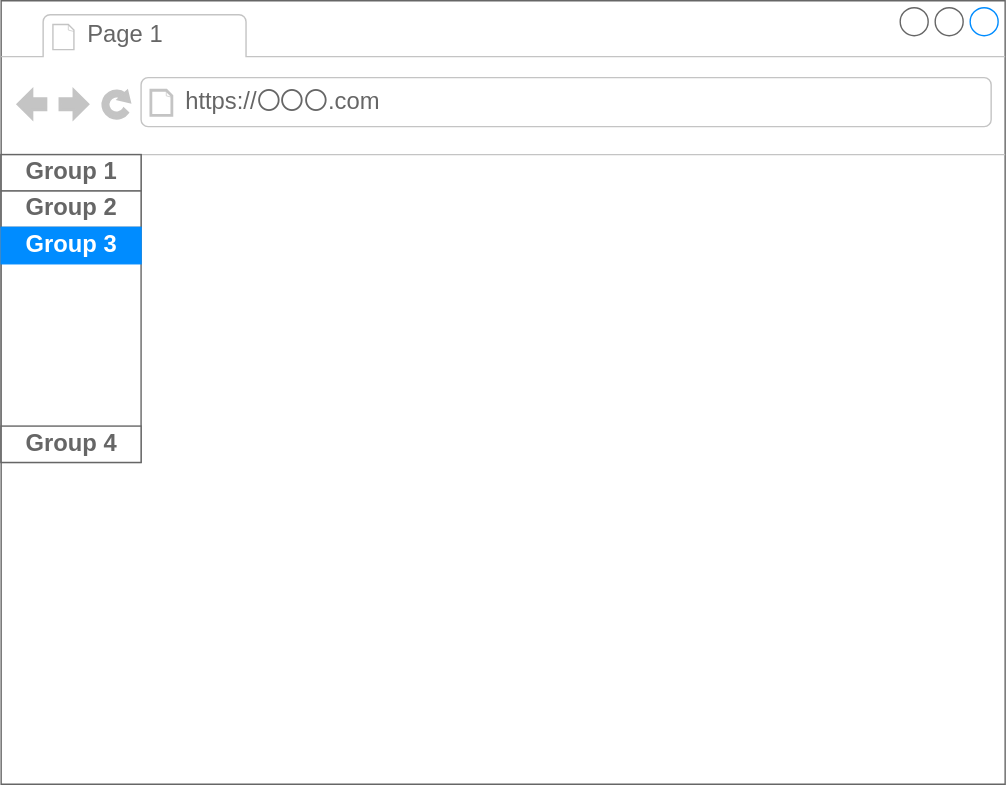
Above: docs/home/ui.drawio.svg in kazuya-wata-nabe/vue-dashboard (draw.io), before the change. Source tidied: cells renumbered, new cells last; positions are measured from the earlier drawing's top-left corner, leaving out a move shared by most shapes.
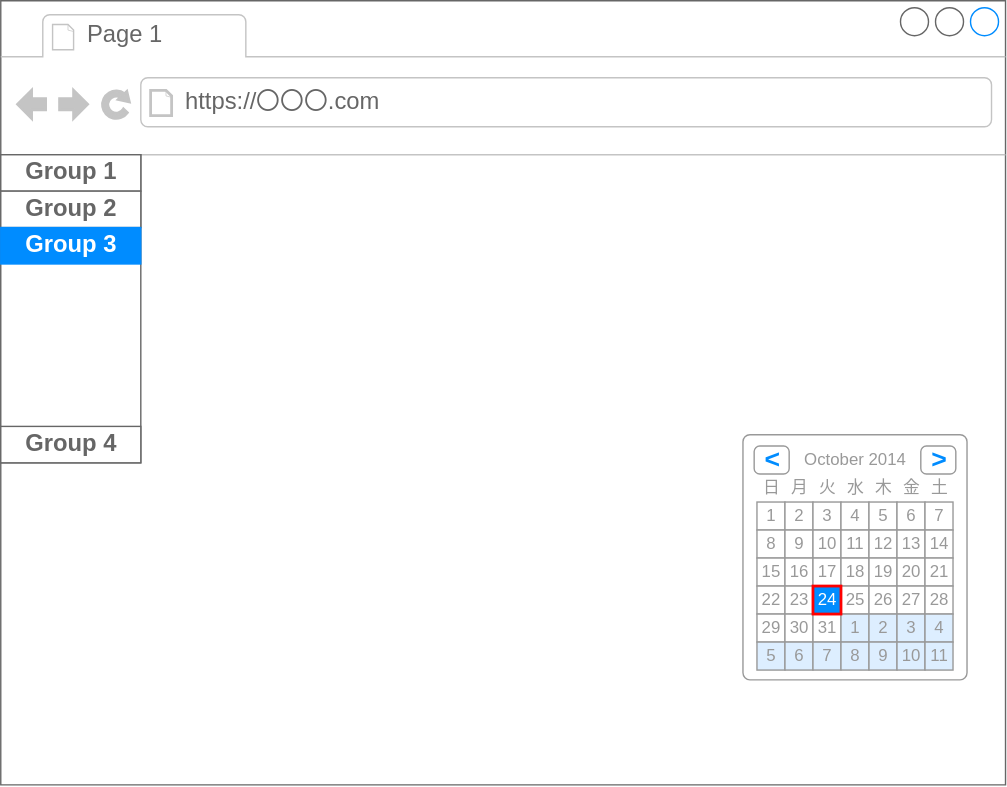
The same file after the commit.

Diff of the diagram source:
```diff
@@ -11,6 +11,165 @@
     <mxCell id="4" value="https://〇〇〇.com" style="strokeWidth=1;shadow=0;dashed=0;align=center;html=1;shape=mxgraph.mockup.containers.anchor;rSize=0;fontSize=17;fontColor=#666666;align=left;" parent="2" vertex="1">
       <mxGeometry x="130" y="60" width="250" height="26" as="geometry" />
     </mxCell>
+    <mxCell id="12" style="strokeWidth=1;shadow=0;dashed=0;align=center;html=1;shape=mxgraph.mockup.forms.rrect;rSize=5;strokeColor=#999999;fillColor=#ffffff;" parent="2" vertex="1">
+      <mxGeometry x="530" y="310" width="160" height="175" as="geometry" />
+    </mxCell>
+    <mxCell id="13" value="October 2014" style="strokeWidth=1;shadow=0;dashed=0;align=center;html=1;shape=mxgraph.mockup.forms.anchor;fontColor=#999999;" parent="12" vertex="1">
+      <mxGeometry x="30" y="8" width="100" height="20" as="geometry" />
+    </mxCell>
+    <mxCell id="14" value="&lt;" style="strokeWidth=1;shadow=0;dashed=0;align=center;html=1;shape=mxgraph.mockup.forms.rrect;rSize=4;strokeColor=#999999;fontColor=#008cff;fontSize=19;fontStyle=1;" parent="12" vertex="1">
+      <mxGeometry x="8" y="8" width="25" height="20" as="geometry" />
+    </mxCell>
+    <mxCell id="15" value="&gt;" style="strokeWidth=1;shadow=0;dashed=0;align=center;html=1;shape=mxgraph.mockup.forms.rrect;rSize=4;strokeColor=#999999;fontColor=#008cff;fontSize=19;fontStyle=1;" parent="12" vertex="1">
+      <mxGeometry x="127" y="8" width="25" height="20" as="geometry" />
+    </mxCell>
+    <mxCell id="16" value="日" style="strokeWidth=1;shadow=0;dashed=0;align=center;html=1;shape=mxgraph.mockup.forms.anchor;fontColor=#999999;" parent="12" vertex="1">
+      <mxGeometry x="10" y="28" width="20" height="20" as="geometry" />
+    </mxCell>
+    <mxCell id="17" value="月" style="strokeWidth=1;shadow=0;dashed=0;align=center;html=1;shape=mxgraph.mockup.forms.anchor;fontColor=#999999;" parent="12" vertex="1">
+      <mxGeometry x="30" y="28" width="20" height="20" as="geometry" />
+    </mxCell>
+    <mxCell id="18" value="火" style="strokeWidth=1;shadow=0;dashed=0;align=center;html=1;shape=mxgraph.mockup.forms.anchor;fontColor=#999999;" parent="12" vertex="1">
+      <mxGeometry x="50" y="28" width="20" height="20" as="geometry" />
+    </mxCell>
+    <mxCell id="19" value="水" style="strokeWidth=1;shadow=0;dashed=0;align=center;html=1;shape=mxgraph.mockup.forms.anchor;fontColor=#999999;" parent="12" vertex="1">
+      <mxGeometry x="70" y="28" width="20" height="20" as="geometry" />
+    </mxCell>
+    <mxCell id="20" value="木" style="strokeWidth=1;shadow=0;dashed=0;align=center;html=1;shape=mxgraph.mockup.forms.anchor;fontColor=#999999;" parent="12" vertex="1">
+      <mxGeometry x="90" y="28" width="20" height="20" as="geometry" />
+    </mxCell>
+    <mxCell id="21" value="金" style="strokeWidth=1;shadow=0;dashed=0;align=center;html=1;shape=mxgraph.mockup.forms.anchor;fontColor=#999999;" parent="12" vertex="1">
+      <mxGeometry x="110" y="28" width="20" height="20" as="geometry" />
+    </mxCell>
+    <mxCell id="22" value="土" style="strokeWidth=1;shadow=0;dashed=0;align=center;html=1;shape=mxgraph.mockup.forms.anchor;fontColor=#999999;" parent="12" vertex="1">
+      <mxGeometry x="130" y="28" width="20" height="20" as="geometry" />
+    </mxCell>
+    <mxCell id="23" value="1" style="strokeWidth=1;shadow=0;dashed=0;align=center;html=1;shape=mxgraph.mockup.forms.rrect;rSize=0;strokeColor=#999999;fontColor=#999999;" parent="12" vertex="1">
+      <mxGeometry x="10" y="48" width="20" height="20" as="geometry" />
+    </mxCell>
+    <mxCell id="24" value="2" style="strokeWidth=1;shadow=0;dashed=0;align=center;html=1;shape=mxgraph.mockup.forms.rrect;rSize=0;strokeColor=#999999;fontColor=#999999;" parent="12" vertex="1">
+      <mxGeometry x="30" y="48" width="20" height="20" as="geometry" />
+    </mxCell>
+    <mxCell id="25" value="3" style="strokeWidth=1;shadow=0;dashed=0;align=center;html=1;shape=mxgraph.mockup.forms.rrect;rSize=0;strokeColor=#999999;fontColor=#999999;" parent="12" vertex="1">
+      <mxGeometry x="50" y="48" width="20" height="20" as="geometry" />
+    </mxCell>
+    <mxCell id="26" value="4" style="strokeWidth=1;shadow=0;dashed=0;align=center;html=1;shape=mxgraph.mockup.forms.rrect;rSize=0;strokeColor=#999999;fontColor=#999999;" parent="12" vertex="1">
+      <mxGeometry x="70" y="48" width="20" height="20" as="geometry" />
+    </mxCell>
+    <mxCell id="27" value="5" style="strokeWidth=1;shadow=0;dashed=0;align=center;html=1;shape=mxgraph.mockup.forms.rrect;rSize=0;strokeColor=#999999;fontColor=#999999;" parent="12" vertex="1">
+      <mxGeometry x="90" y="48" width="20" height="20" as="geometry" />
+    </mxCell>
+    <mxCell id="28" value="6" style="strokeWidth=1;shadow=0;dashed=0;align=center;html=1;shape=mxgraph.mockup.forms.rrect;rSize=0;strokeColor=#999999;fontColor=#999999;" parent="12" vertex="1">
+      <mxGeometry x="110" y="48" width="20" height="20" as="geometry" />
+    </mxCell>
+    <mxCell id="29" value="7" style="strokeWidth=1;shadow=0;dashed=0;align=center;html=1;shape=mxgraph.mockup.forms.rrect;rSize=0;strokeColor=#999999;fontColor=#999999;" parent="12" vertex="1">
+      <mxGeometry x="130" y="48" width="20" height="20" as="geometry" />
+    </mxCell>
+    <mxCell id="30" value="8" style="strokeWidth=1;shadow=0;dashed=0;align=center;html=1;shape=mxgraph.mockup.forms.rrect;rSize=0;strokeColor=#999999;fontColor=#999999;" parent="12" vertex="1">
+      <mxGeometry x="10" y="68" width="20" height="20" as="geometry" />
+    </mxCell>
+    <mxCell id="31" value="9" style="strokeWidth=1;shadow=0;dashed=0;align=center;html=1;shape=mxgraph.mockup.forms.rrect;rSize=0;strokeColor=#999999;fontColor=#999999;" parent="12" vertex="1">
+      <mxGeometry x="30" y="68" width="20" height="20" as="geometry" />
+    </mxCell>
+    <mxCell id="32" value="10" style="strokeWidth=1;shadow=0;dashed=0;align=center;html=1;shape=mxgraph.mockup.forms.rrect;rSize=0;strokeColor=#999999;fontColor=#999999;" parent="12" vertex="1">
+      <mxGeometry x="50" y="68" width="20" height="20" as="geometry" />
+    </mxCell>
+    <mxCell id="33" value="11" style="strokeWidth=1;shadow=0;dashed=0;align=center;html=1;shape=mxgraph.mockup.forms.rrect;rSize=0;strokeColor=#999999;fontColor=#999999;" parent="12" vertex="1">
+      <mxGeometry x="70" y="68" width="20" height="20" as="geometry" />
+    </mxCell>
+    <mxCell id="34" value="12" style="strokeWidth=1;shadow=0;dashed=0;align=center;html=1;shape=mxgraph.mockup.forms.rrect;rSize=0;strokeColor=#999999;fontColor=#999999;" parent="12" vertex="1">
+      <mxGeometry x="90" y="68" width="20" height="20" as="geometry" />
+    </mxCell>
+    <mxCell id="35" value="13" style="strokeWidth=1;shadow=0;dashed=0;align=center;html=1;shape=mxgraph.mockup.forms.rrect;rSize=0;strokeColor=#999999;fontColor=#999999;" parent="12" vertex="1">
+      <mxGeometry x="110" y="68" width="20" height="20" as="geometry" />
+    </mxCell>
+    <mxCell id="36" value="14" style="strokeWidth=1;shadow=0;dashed=0;align=center;html=1;shape=mxgraph.mockup.forms.rrect;rSize=0;strokeColor=#999999;fontColor=#999999;" parent="12" vertex="1">
+      <mxGeometry x="130" y="68" width="20" height="20" as="geometry" />
+    </mxCell>
+    <mxCell id="37" value="15" style="strokeWidth=1;shadow=0;dashed=0;align=center;html=1;shape=mxgraph.mockup.forms.rrect;rSize=0;strokeColor=#999999;fontColor=#999999;" parent="12" vertex="1">
+      <mxGeometry x="10" y="88" width="20" height="20" as="geometry" />
+    </mxCell>
+    <mxCell id="38" value="16" style="strokeWidth=1;shadow=0;dashed=0;align=center;html=1;shape=mxgraph.mockup.forms.rrect;rSize=0;strokeColor=#999999;fontColor=#999999;" parent="12" vertex="1">
+      <mxGeometry x="30" y="88" width="20" height="20" as="geometry" />
+    </mxCell>
+    <mxCell id="39" value="17" style="strokeWidth=1;shadow=0;dashed=0;align=center;html=1;shape=mxgraph.mockup.forms.rrect;rSize=0;strokeColor=#999999;fontColor=#999999;" parent="12" vertex="1">
+      <mxGeometry x="50" y="88" width="20" height="20" as="geometry" />
+    </mxCell>
+    <mxCell id="40" value="18" style="strokeWidth=1;shadow=0;dashed=0;align=center;html=1;shape=mxgraph.mockup.forms.rrect;rSize=0;strokeColor=#999999;fontColor=#999999;" parent="12" vertex="1">
+      <mxGeometry x="70" y="88" width="20" height="20" as="geometry" />
+    </mxCell>
+    <mxCell id="41" value="19" style="strokeWidth=1;shadow=0;dashed=0;align=center;html=1;shape=mxgraph.mockup.forms.rrect;rSize=0;strokeColor=#999999;fontColor=#999999;" parent="12" vertex="1">
+      <mxGeometry x="90" y="88" width="20" height="20" as="geometry" />
+    </mxCell>
+    <mxCell id="42" value="20" style="strokeWidth=1;shadow=0;dashed=0;align=center;html=1;shape=mxgraph.mockup.forms.rrect;rSize=0;strokeColor=#999999;fontColor=#999999;" parent="12" vertex="1">
+      <mxGeometry x="110" y="88" width="20" height="20" as="geometry" />
+    </mxCell>
+    <mxCell id="43" value="21" style="strokeWidth=1;shadow=0;dashed=0;align=center;html=1;shape=mxgraph.mockup.forms.rrect;rSize=0;strokeColor=#999999;fontColor=#999999;" parent="12" vertex="1">
+      <mxGeometry x="130" y="88" width="20" height="20" as="geometry" />
+    </mxCell>
+    <mxCell id="44" value="22" style="strokeWidth=1;shadow=0;dashed=0;align=center;html=1;shape=mxgraph.mockup.forms.rrect;rSize=0;strokeColor=#999999;fontColor=#999999;" parent="12" vertex="1">
+      <mxGeometry x="10" y="108" width="20" height="20" as="geometry" />
+    </mxCell>
+    <mxCell id="45" value="23" style="strokeWidth=1;shadow=0;dashed=0;align=center;html=1;shape=mxgraph.mockup.forms.rrect;rSize=0;strokeColor=#999999;fontColor=#999999;" parent="12" vertex="1">
+      <mxGeometry x="30" y="108" width="20" height="20" as="geometry" />
+    </mxCell>
+    <mxCell id="46" value="25" style="strokeWidth=1;shadow=0;dashed=0;align=center;html=1;shape=mxgraph.mockup.forms.rrect;rSize=0;strokeColor=#999999;fontColor=#999999;" parent="12" vertex="1">
+      <mxGeometry x="70" y="108" width="20" height="20" as="geometry" />
+    </mxCell>
+    <mxCell id="47" value="26" style="strokeWidth=1;shadow=0;dashed=0;align=center;html=1;shape=mxgraph.mockup.forms.rrect;rSize=0;strokeColor=#999999;fontColor=#999999;" parent="12" vertex="1">
+      <mxGeometry x="90" y="108" width="20" height="20" as="geometry" />
+    </mxCell>
+    <mxCell id="48" value="27" style="strokeWidth=1;shadow=0;dashed=0;align=center;html=1;shape=mxgraph.mockup.forms.rrect;rSize=0;strokeColor=#999999;fontColor=#999999;" parent="12" vertex="1">
+      <mxGeometry x="110" y="108" width="20" height="20" as="geometry" />
+    </mxCell>
+    <mxCell id="49" value="28" style="strokeWidth=1;shadow=0;dashed=0;align=center;html=1;shape=mxgraph.mockup.forms.rrect;rSize=0;strokeColor=#999999;fontColor=#999999;" parent="12" vertex="1">
+      <mxGeometry x="130" y="108" width="20" height="20" as="geometry" />
+    </mxCell>
+    <mxCell id="50" value="29" style="strokeWidth=1;shadow=0;dashed=0;align=center;html=1;shape=mxgraph.mockup.forms.rrect;rSize=0;strokeColor=#999999;fontColor=#999999;" parent="12" vertex="1">
+      <mxGeometry x="10" y="128" width="20" height="20" as="geometry" />
+    </mxCell>
+    <mxCell id="51" value="30" style="strokeWidth=1;shadow=0;dashed=0;align=center;html=1;shape=mxgraph.mockup.forms.rrect;rSize=0;strokeColor=#999999;fontColor=#999999;" parent="12" vertex="1">
+      <mxGeometry x="30" y="128" width="20" height="20" as="geometry" />
+    </mxCell>
+    <mxCell id="52" value="31" style="strokeWidth=1;shadow=0;dashed=0;align=center;html=1;shape=mxgraph.mockup.forms.rrect;rSize=0;strokeColor=#999999;fontColor=#999999;" parent="12" vertex="1">
+      <mxGeometry x="50" y="128" width="20" height="20" as="geometry" />
+    </mxCell>
+    <mxCell id="53" value="1" style="strokeWidth=1;shadow=0;dashed=0;align=center;html=1;shape=mxgraph.mockup.forms.rrect;rSize=0;strokeColor=#999999;fontColor=#999999;fillColor=#ddeeff;" parent="12" vertex="1">
+      <mxGeometry x="70" y="128" width="20" height="20" as="geometry" />
+    </mxCell>
+    <mxCell id="54" value="2" style="strokeWidth=1;shadow=0;dashed=0;align=center;html=1;shape=mxgraph.mockup.forms.rrect;rSize=0;strokeColor=#999999;fontColor=#999999;fillColor=#ddeeff;" parent="12" vertex="1">
+      <mxGeometry x="90" y="128" width="20" height="20" as="geometry" />
+    </mxCell>
+    <mxCell id="55" value="3" style="strokeWidth=1;shadow=0;dashed=0;align=center;html=1;shape=mxgraph.mockup.forms.rrect;rSize=0;strokeColor=#999999;fontColor=#999999;fillColor=#ddeeff;" parent="12" vertex="1">
+      <mxGeometry x="110" y="128" width="20" height="20" as="geometry" />
+    </mxCell>
+    <mxCell id="56" value="4" style="strokeWidth=1;shadow=0;dashed=0;align=center;html=1;shape=mxgraph.mockup.forms.rrect;rSize=0;strokeColor=#999999;fontColor=#999999;fillColor=#ddeeff;" parent="12" vertex="1">
+      <mxGeometry x="130" y="128" width="20" height="20" as="geometry" />
+    </mxCell>
+    <mxCell id="57" value="5" style="strokeWidth=1;shadow=0;dashed=0;align=center;html=1;shape=mxgraph.mockup.forms.rrect;rSize=0;strokeColor=#999999;fontColor=#999999;fillColor=#ddeeff;" parent="12" vertex="1">
+      <mxGeometry x="10" y="148" width="20" height="20" as="geometry" />
+    </mxCell>
+    <mxCell id="58" value="6" style="strokeWidth=1;shadow=0;dashed=0;align=center;html=1;shape=mxgraph.mockup.forms.rrect;rSize=0;strokeColor=#999999;fontColor=#999999;fillColor=#ddeeff;" parent="12" vertex="1">
+      <mxGeometry x="30" y="148" width="20" height="20" as="geometry" />
+    </mxCell>
+    <mxCell id="59" value="7" style="strokeWidth=1;shadow=0;dashed=0;align=center;html=1;shape=mxgraph.mockup.forms.rrect;rSize=0;strokeColor=#999999;fontColor=#999999;fillColor=#ddeeff;" parent="12" vertex="1">
+      <mxGeometry x="50" y="148" width="20" height="20" as="geometry" />
+    </mxCell>
+    <mxCell id="60" value="8" style="strokeWidth=1;shadow=0;dashed=0;align=center;html=1;shape=mxgraph.mockup.forms.rrect;rSize=0;strokeColor=#999999;fontColor=#999999;fillColor=#ddeeff;" parent="12" vertex="1">
+      <mxGeometry x="70" y="148" width="20" height="20" as="geometry" />
+    </mxCell>
+    <mxCell id="61" value="9" style="strokeWidth=1;shadow=0;dashed=0;align=center;html=1;shape=mxgraph.mockup.forms.rrect;rSize=0;strokeColor=#999999;fontColor=#999999;fillColor=#ddeeff;" parent="12" vertex="1">
+      <mxGeometry x="90" y="148" width="20" height="20" as="geometry" />
+    </mxCell>
+    <mxCell id="62" value="10" style="strokeWidth=1;shadow=0;dashed=0;align=center;html=1;shape=mxgraph.mockup.forms.rrect;rSize=0;strokeColor=#999999;fontColor=#999999;fillColor=#ddeeff;" parent="12" vertex="1">
+      <mxGeometry x="110" y="148" width="20" height="20" as="geometry" />
+    </mxCell>
+    <mxCell id="63" value="11" style="strokeWidth=1;shadow=0;dashed=0;align=center;html=1;shape=mxgraph.mockup.forms.rrect;rSize=0;strokeColor=#999999;fontColor=#999999;fillColor=#ddeeff;" parent="12" vertex="1">
+      <mxGeometry x="130" y="148" width="20" height="20" as="geometry" />
+    </mxCell>
+    <mxCell id="64" value="24" style="strokeWidth=1;shadow=0;dashed=0;align=center;html=1;shape=mxgraph.mockup.forms.rrect;rSize=0;strokeColor=#ff0000;fontColor=#ffffff;strokeWidth=2;fillColor=#008cff;" parent="12" vertex="1">
+      <mxGeometry x="50" y="108" width="20" height="20" as="geometry" />
+    </mxCell>
     <mxCell id="5" value="Main" parent="0" />
     <mxCell id="6" value="Aside" parent="0" />
     <mxCell id="7" style="strokeWidth=1;shadow=0;dashed=0;align=center;html=1;shape=mxgraph.mockup.containers.rrect;rSize=0;strokeColor=#666666;" parent="6" vertex="1">
```
